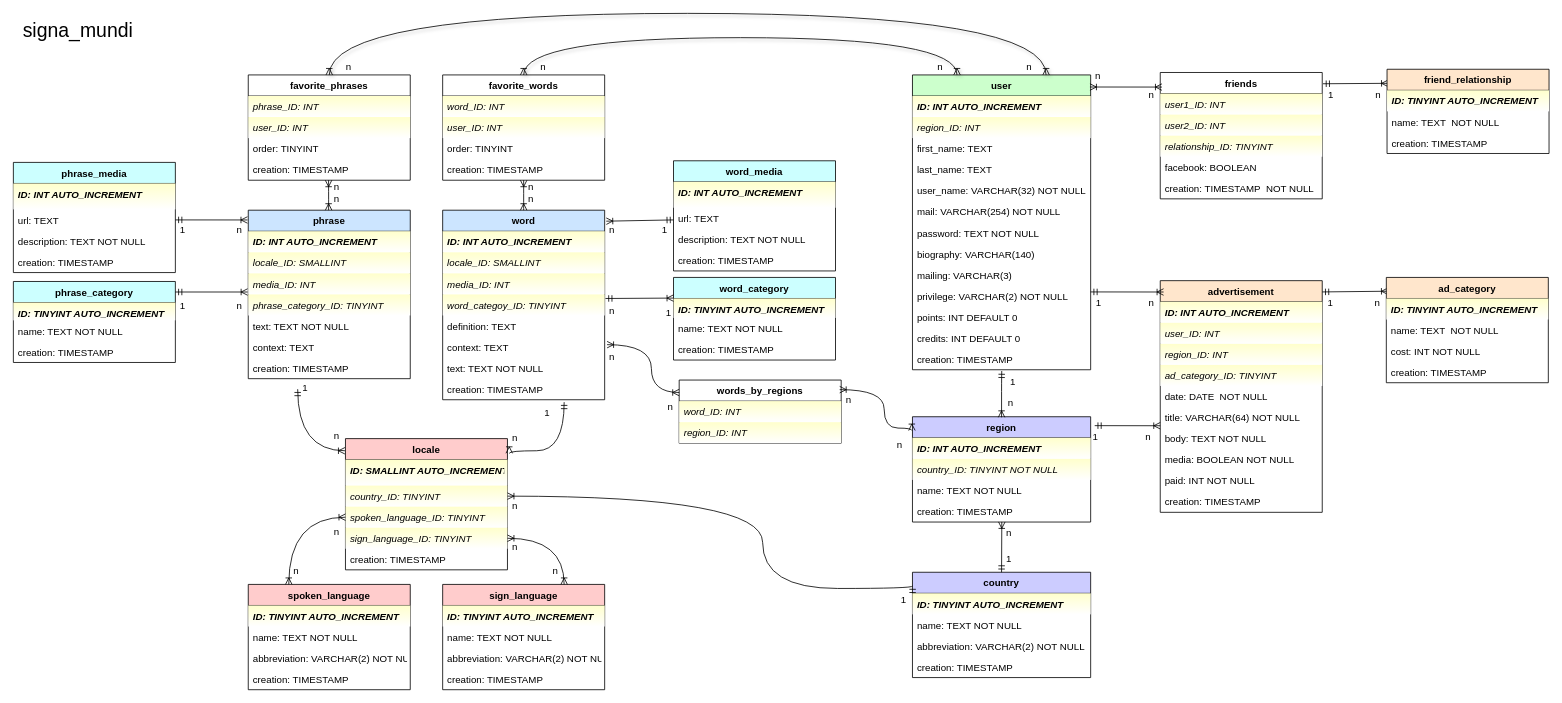
Above: SQL/Diagram.drawio in Dialvive/HandsApp-API (draw.io), before the change. Source tidied: cells renumbered, new cells numbered last; positions are measured from the earlier drawing's top-left corner, leaving out a move shared by most shapes. Both pictures are drawn from the tidied source at 81%, with x=0, y=0 at pixel (13, 13).
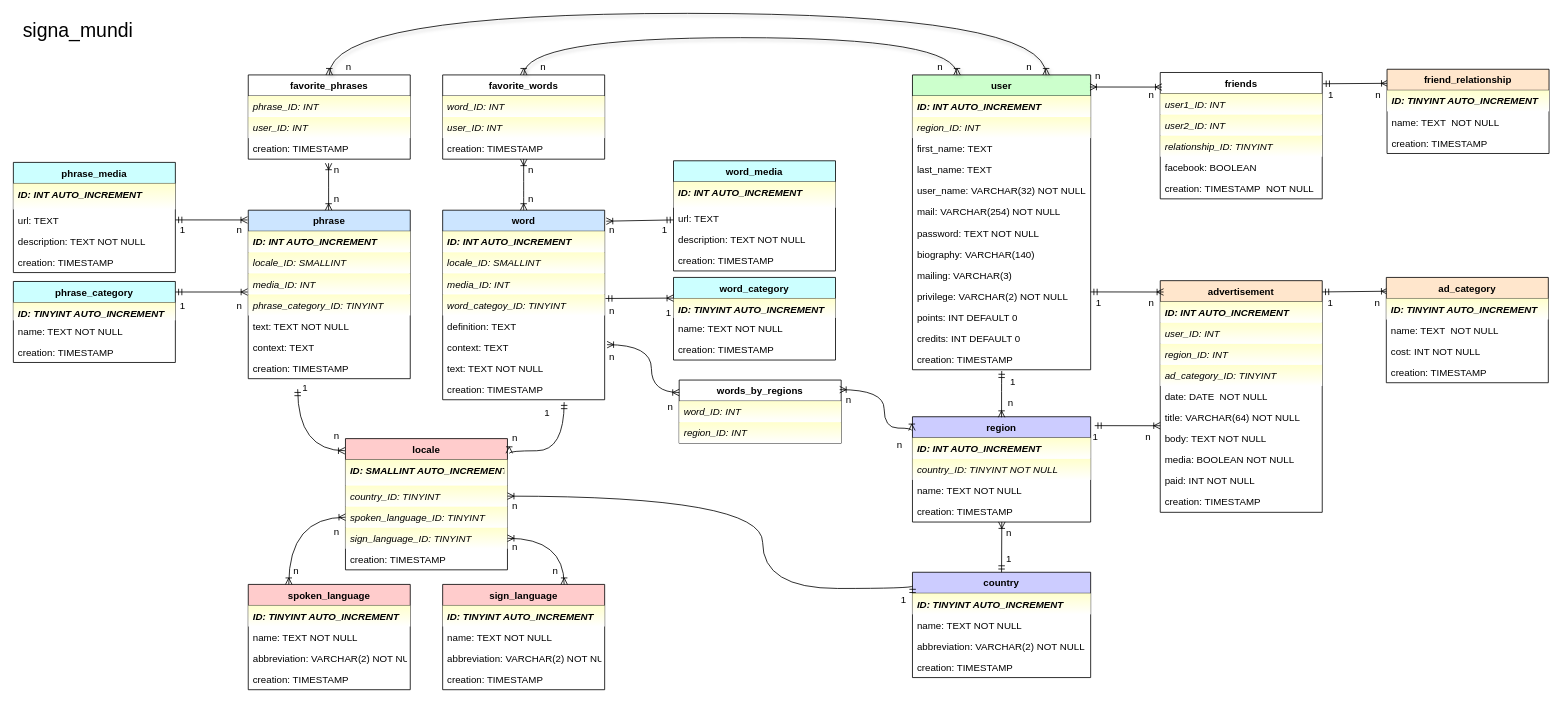
The same page after the edit.

Diff of the diagram source:
```diff
@@
     <mxCell id="2" value="favorite_words" style="swimlane;fontStyle=1;horizontal=1;startSize=26;fillColor=none;" parent="1" vertex="1">
-      <mxGeometry x="530" y="76" width="200" height="130" as="geometry" />
+      <mxGeometry x="530" y="76" width="200" height="104" as="geometry" />
     </mxCell>
@@
-    <mxCell id="5" value="order: TINYINT " style="text;align=left;verticalAlign=top;spacingLeft=4;spacingRight=4;overflow=hidden;fontStyle=0;labelBackgroundColor=none;gradientColor=#ffffff;" parent="2" vertex="1">
-      <mxGeometry y="78" width="200" height="26" as="geometry" />
-    </mxCell>
     <mxCell id="6" value="creation: TIMESTAMP " style="text;align=left;verticalAlign=top;spacingLeft=4;spacingRight=4;overflow=hidden;fontStyle=0;labelBackgroundColor=none;gradientColor=#ffffff;" parent="2" vertex="1">
-      <mxGeometry y="104" width="200" height="26" as="geometry" />
+      <mxGeometry y="78" width="200" height="26" as="geometry" />
     </mxCell>
@@
     <mxCell id="120" value="favorite_phrases" style="swimlane;fontStyle=1;horizontal=1;startSize=26;fillColor=none;" parent="1" vertex="1">
-      <mxGeometry x="290" y="76" width="200" height="130" as="geometry" />
+      <mxGeometry x="290" y="76" width="200" height="104" as="geometry" />
     </mxCell>
@@
-    <mxCell id="123" value="order: TINYINT" style="text;align=left;verticalAlign=top;spacingLeft=4;spacingRight=4;overflow=hidden;fontStyle=0;labelBackgroundColor=none;gradientColor=#ffffff;" parent="120" vertex="1">
-      <mxGeometry y="78" width="200" height="26" as="geometry" />
-    </mxCell>
     <mxCell id="124" value="creation: TIMESTAMP" style="text;align=left;verticalAlign=top;spacingLeft=4;spacingRight=4;overflow=hidden;fontStyle=0;labelBackgroundColor=none;gradientColor=#ffffff;" parent="120" vertex="1">
-      <mxGeometry y="104" width="200" height="26" as="geometry" />
+      <mxGeometry y="78" width="200" height="26" as="geometry" />
     </mxCell>
@@
     <mxCell id="136" value="n" style="text;strokeColor=none;fillColor=none;spacingLeft=4;spacingRight=4;overflow=hidden;fontSize=12;labelBackgroundColor=none;" parent="1" vertex="1">
-      <mxGeometry x="630" y="201" width="20" height="28" as="geometry" />
+      <mxGeometry x="630" y="180" width="20" height="28" as="geometry" />
     </mxCell>
@@
     <mxCell id="141" value="n" style="text;strokeColor=none;fillColor=none;spacingLeft=4;spacingRight=4;overflow=hidden;points=[[0,0.5],[1,0.5]];portConstraint=eastwest;fontSize=12;labelBackgroundColor=none;" parent="1" vertex="1">
-      <mxGeometry x="390" y="201" width="20" height="28" as="geometry" />
+      <mxGeometry x="390" y="180" width="20" height="28" as="geometry" />
     </mxCell>
```
